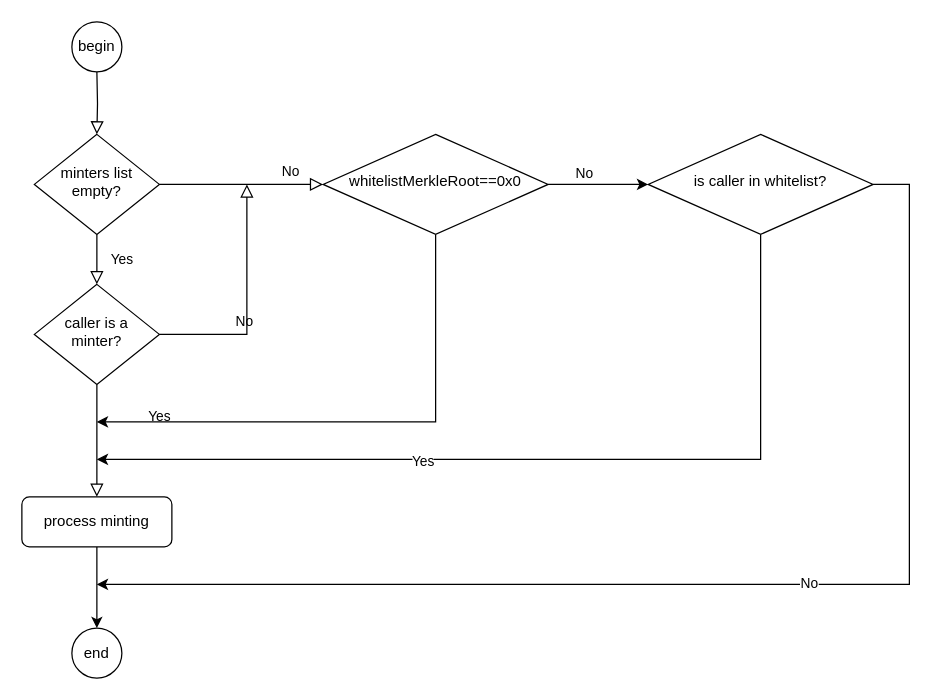
Earlier version of the draw.io diagram minting.drawio (Tung40194/draw.io). Source tidied: cells renumbered, new cells numbered last; positions are measured from the earlier drawing's top-left corner, leaving out a move shared by most shapes. Both pictures are drawn from the tidied source at 125%, with x=0, y=0 at pixel (21, 21).
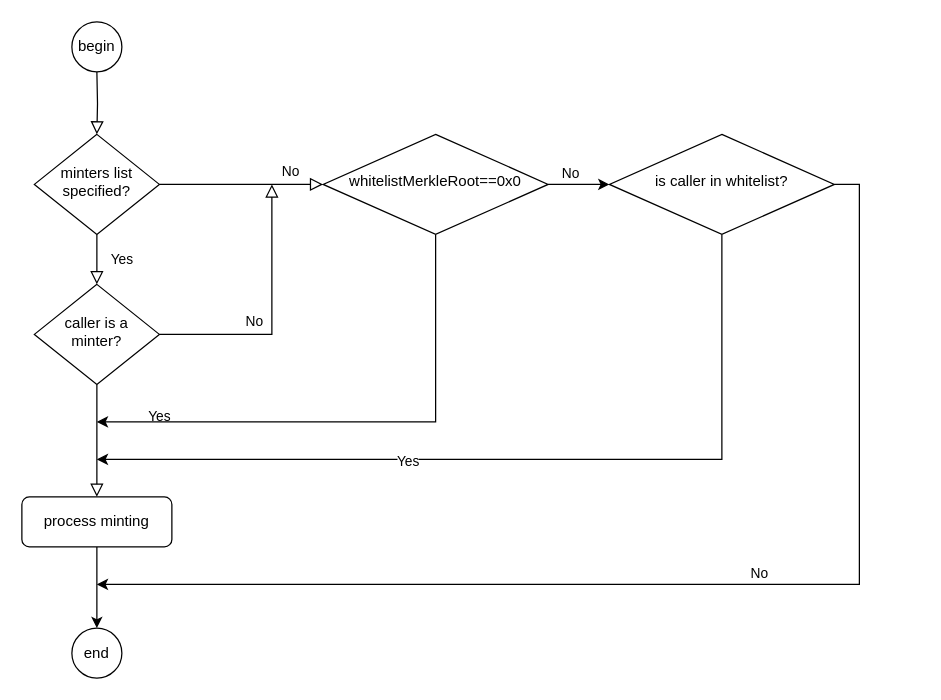
Above is the later version.

Unchanged cells that the change refers to:
```xml
<mxCell id="8" value="caller is a minter?" style="rhombus;whiteSpace=wrap;html=1;shadow=0;fontFamily=Helvetica;fontSize=12;align=center;strokeWidth=1;spacing=6;spacingTop=-4;" parent="1" vertex="1">
  <mxGeometry x="10" y="210" width="100" height="80" as="geometry" />
</mxCell>
```

What changed in the source:
```diff
@@
-    <mxCell id="5" value="minters list empty?" style="rhombus;whiteSpace=wrap;html=1;shadow=0;fontFamily=Helvetica;fontSize=12;align=center;strokeWidth=1;spacing=6;spacingTop=-4;" parent="1" vertex="1">
+    <mxCell id="5" value="minters list specified?" style="rhombus;whiteSpace=wrap;html=1;shadow=0;fontFamily=Helvetica;fontSize=12;align=center;strokeWidth=1;spacing=6;spacingTop=-4;" parent="1" vertex="1">
       <mxGeometry x="10" y="90" width="100" height="80" as="geometry" />
     </mxCell>
@@
     <mxCell id="7" value="No" style="edgeStyle=orthogonalEdgeStyle;rounded=0;html=1;jettySize=auto;fontSize=11;endArrow=block;endFill=0;endSize=8;strokeWidth=1;shadow=0;labelBackgroundColor=none;" parent="1" edge="1" source="8">
       <mxGeometry x="-0.28" y="10" relative="1" as="geometry">
-        <mxPoint x="180" y="130" as="targetPoint" />
+        <mxPoint x="200" y="130" as="targetPoint" />
         <Array as="points">
-          <mxPoint x="180" y="250" />
-          <mxPoint x="180" y="130" />
+          <mxPoint x="200" y="250" />
+          <mxPoint x="200" y="130" />
         </Array>
       </mxGeometry>
     </mxCell>
@@
     <mxCell id="16" style="edgeStyle=orthogonalEdgeStyle;rounded=0;jettySize=auto;html=1;" parent="1" edge="1" source="20">
       <mxGeometry relative="1" as="geometry">
         <mxPoint x="60" y="350" as="targetPoint" />
         <Array as="points">
-          <mxPoint x="591" y="350" />
-          <mxPoint x="60" y="350" />
+          <mxPoint x="560" y="350" />
         </Array>
       </mxGeometry>
     </mxCell>
@@
     <mxCell id="18" style="edgeStyle=orthogonalEdgeStyle;rounded=0;jettySize=auto;html=1;" parent="1" edge="1" source="20">
       <mxGeometry relative="1" as="geometry">
         <mxPoint x="60" y="450" as="targetPoint" />
         <Array as="points">
-          <mxPoint x="710" y="130" />
-          <mxPoint x="710" y="450" />
-          <mxPoint x="60" y="450" />
+          <mxPoint x="670" y="130" />
+          <mxPoint x="670" y="450" />
         </Array>
       </mxGeometry>
     </mxCell>
     <mxCell id="19" value="No" style="edgeLabel;html=1;align=center;verticalAlign=middle;" parent="18" vertex="1">
-      <mxGeometry x="-0.14" y="-2" relative="1" as="geometry" />
+      <mxGeometry x="-0.14" y="-2" relative="1" as="geometry">
+        <mxPoint x="-12" y="-8" as="offset" />
+      </mxGeometry>
     </mxCell>
     <mxCell id="20" value="is caller in whitelist?" style="rhombus;whiteSpace=wrap;html=1;shadow=0;fontFamily=Helvetica;fontSize=12;align=center;strokeWidth=1;spacing=6;spacingTop=-4;" parent="1" vertex="1">
-      <mxGeometry x="501" y="90" width="180" height="80" as="geometry" />
+      <mxGeometry x="470" y="90" width="180" height="80" as="geometry" />
     </mxCell>
```
